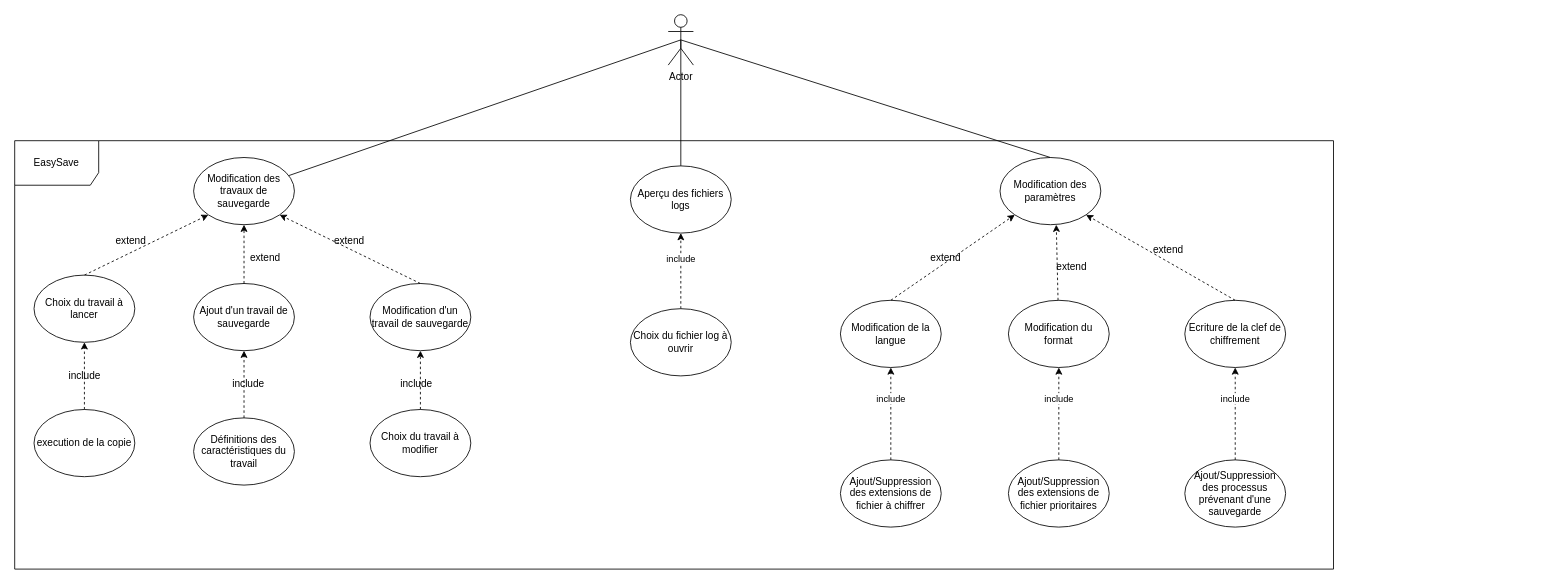
Before: Diagrammes UML/Use_Case_Diagram.drawio in AxokGit/ProgrammationSystemeG1, a draw.io diagram. Source tidied: cells renumbered, new cells numbered last; positions are measured from the earlier drawing's top-left corner, leaving out a move shared by most shapes. Both pictures are drawn from the tidied source at 84%, with x=0, y=0 at pixel (14, 14).
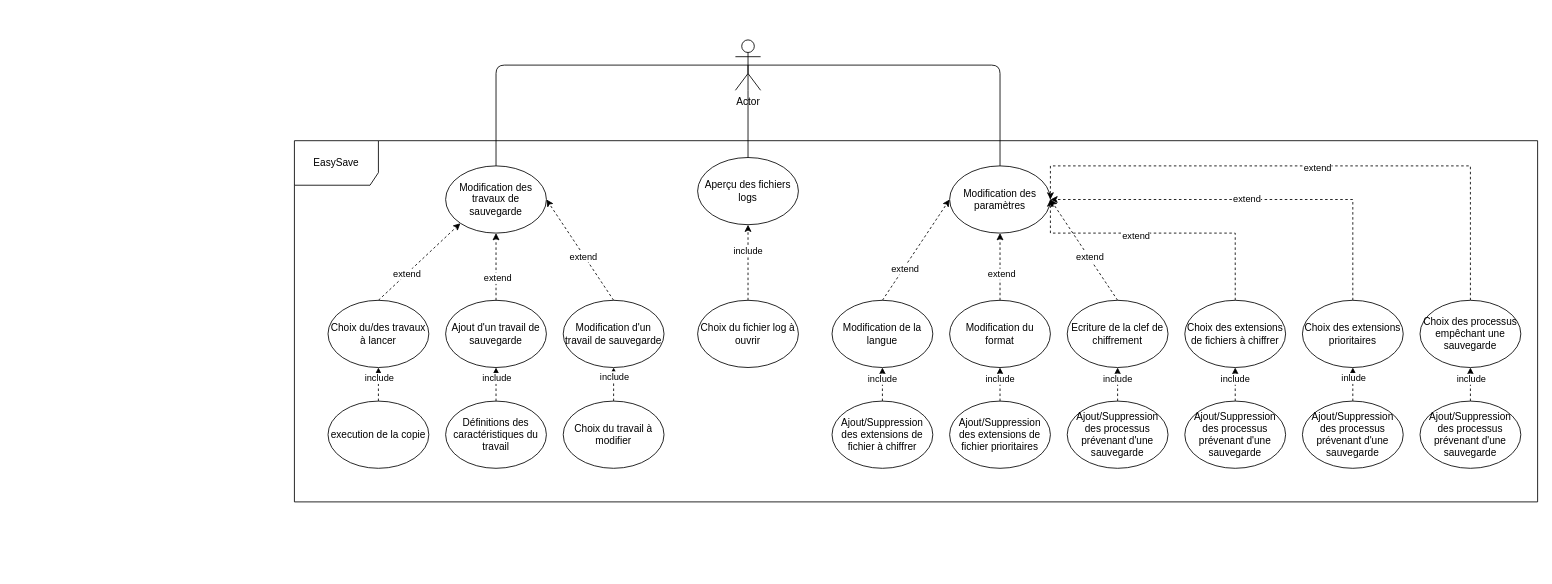
Above is the later version.

Commit message:
updating use case diagram

Unchanged cells that the change refers to:
```xml
<mxCell id="25" style="html=1;labelBackgroundColor=#ffffff;startArrow=none;startFill=0;startSize=6;endArrow=classic;endFill=1;endSize=6;jettySize=auto;strokeWidth=1;dashed=1;fontSize=14;entryX=0.5;entryY=1;entryDx=0;entryDy=0;exitX=0.5;exitY=0;exitDx=0;exitDy=0;" parent="1" edge="1" source="10" target="8">
  <mxGeometry relative="1" as="geometry" />
</mxCell>
<mxCell id="26" style="html=1;labelBackgroundColor=#ffffff;startArrow=none;startFill=0;startSize=6;endArrow=classic;endFill=1;endSize=6;jettySize=auto;strokeWidth=1;dashed=1;fontSize=14;entryX=0;entryY=1;entryDx=0;entryDy=0;exitX=0.5;exitY=0;exitDx=0;exitDy=0;" parent="1" edge="1" source="8" target="6">
  <mxGeometry relative="1" as="geometry" />
</mxCell>
<mxCell id="28" style="html=1;labelBackgroundColor=#ffffff;startArrow=none;startFill=0;startSize=6;endArrow=classic;endFill=1;endSize=6;jettySize=auto;strokeWidth=1;dashed=1;fontSize=14;entryX=0.5;entryY=1;entryDx=0;entryDy=0;exitX=0.5;exitY=0;exitDx=0;exitDy=0;" parent="1" edge="1" source="22" target="6">
  <mxGeometry relative="1" as="geometry" />
</mxCell>
<mxCell id="35" style="html=1;labelBackgroundColor=#ffffff;startArrow=none;startFill=0;startSize=6;endArrow=classic;endFill=1;endSize=6;jettySize=auto;strokeWidth=1;dashed=1;fontSize=14;entryX=0.5;entryY=1;entryDx=0;entryDy=0;exitX=0.5;exitY=0;exitDx=0;exitDy=0;" parent="1" edge="1" source="9" target="22">
  <mxGeometry relative="1" as="geometry" />
</mxCell>
<mxCell id="36" style="html=1;labelBackgroundColor=#ffffff;startArrow=none;startFill=0;startSize=6;endArrow=classic;endFill=1;endSize=6;jettySize=auto;strokeWidth=1;dashed=1;fontSize=14;entryX=0.5;entryY=1;entryDx=0;entryDy=0;" parent="1" edge="1" source="24" target="23">
  <mxGeometry relative="1" as="geometry" />
</mxCell>
```

What changed in the source:
```diff
@@
     <mxCell id="2" value="EasySave" style="shape=umlFrame;whiteSpace=wrap;html=1;width=100;height=53;" parent="1" vertex="1">
-      <mxGeometry y="150" width="1570" height="510" as="geometry" />
+      <mxGeometry x="333" y="150" width="1480" height="430" as="geometry" />
     </mxCell>
     <mxCell id="3" value="Actor" style="shape=umlActor;verticalLabelPosition=bottom;verticalAlign=top;html=1;outlineConnect=0;" parent="1" vertex="1">
-      <mxGeometry x="778" width="30" height="60" as="geometry" />
+      <mxGeometry x="858" y="30" width="30" height="60" as="geometry" />
     </mxCell>
     <mxCell id="4" value="Modification des paramètres" style="ellipse;whiteSpace=wrap;html=1;" parent="1" vertex="1">
-      <mxGeometry x="1173" y="170" width="120" height="80" as="geometry" />
+      <mxGeometry x="1113" y="180" width="120" height="80" as="geometry" />
     </mxCell>
     <mxCell id="5" style="endArrow=none;html=1;exitX=0.5;exitY=0;exitDx=0;exitDy=0;entryX=0.5;entryY=0.5;entryDx=0;entryDy=0;entryPerimeter=0;" parent="1" edge="1" source="4" target="3">
-      <mxGeometry relative="1" as="geometry" />
+      <mxGeometry relative="1" as="geometry">
+        <Array as="points">
+          <mxPoint x="1173" y="60" />
+        </Array>
+      </mxGeometry>
     </mxCell>
     <mxCell id="6" value="Modification des travaux de sauvegarde" style="ellipse;whiteSpace=wrap;html=1;" parent="1" vertex="1">
-      <mxGeometry x="213" y="170" width="120" height="80" as="geometry" />
+      <mxGeometry x="513" y="180" width="120" height="80" as="geometry" />
     </mxCell>
     <mxCell id="7" style="endArrow=none;html=1;entryX=0.5;entryY=0.5;entryDx=0;entryDy=0;entryPerimeter=0;" parent="1" edge="1" source="6" target="3">
-      <mxGeometry relative="1" as="geometry" />
+      <mxGeometry relative="1" as="geometry">
+        <Array as="points">
+          <mxPoint x="573" y="60" />
+        </Array>
+      </mxGeometry>
     </mxCell>
-    <mxCell id="8" value="Choix du travail à lancer" style="ellipse;whiteSpace=wrap;html=1;" parent="1" vertex="1">
-      <mxGeometry x="23" y="310" width="120" height="80" as="geometry" />
+    <mxCell id="8" value="Choix du/des travaux à lancer" style="ellipse;whiteSpace=wrap;html=1;" parent="1" vertex="1">
+      <mxGeometry x="373" y="340" width="120" height="80" as="geometry" />
     </mxCell>
     <mxCell id="9" value="Définitions des caractéristiques du travail" style="ellipse;whiteSpace=wrap;html=1;" parent="1" vertex="1">
-      <mxGeometry x="213" y="480" width="120" height="80" as="geometry" />
+      <mxGeometry x="513" y="460" width="120" height="80" as="geometry" />
     </mxCell>
     <mxCell id="10" value="execution de la copie" style="ellipse;whiteSpace=wrap;html=1;" parent="1" vertex="1">
-      <mxGeometry x="23" y="470" width="120" height="80" as="geometry" />
+      <mxGeometry x="373" y="460" width="120" height="80" as="geometry" />
     </mxCell>
     <mxCell id="11" value="Aperçu des fichiers logs" style="ellipse;whiteSpace=wrap;html=1;" parent="1" vertex="1">
-      <mxGeometry x="733" y="180" width="120" height="80" as="geometry" />
+      <mxGeometry x="813" y="170" width="120" height="80" as="geometry" />
     </mxCell>
     <mxCell id="12" style="endArrow=none;html=1;exitX=0.5;exitY=0;exitDx=0;exitDy=0;entryX=0.5;entryY=0.5;entryDx=0;entryDy=0;entryPerimeter=0;" parent="1" edge="1" source="11" target="3">
-      <mxGeometry relative="1" as="geometry" />
+      <mxGeometry relative="1" as="geometry">
+        <Array as="points">
+          <mxPoint x="873" y="80" />
+        </Array>
+      </mxGeometry>
     </mxCell>
@@
     <mxCell id="15" value="Choix du fichier log à ouvrir" style="ellipse;whiteSpace=wrap;html=1;" parent="1" vertex="1">
-      <mxGeometry x="733" y="350" width="120" height="80" as="geometry" />
+      <mxGeometry x="813" y="340" width="120" height="80" as="geometry" />
     </mxCell>
     <mxCell id="16" value="Modification de la langue" style="ellipse;whiteSpace=wrap;html=1;" parent="1" vertex="1">
-      <mxGeometry x="983" y="340" width="120" height="80" as="geometry" />
+      <mxGeometry x="973" y="340" width="120" height="80" as="geometry" />
     </mxCell>
     <mxCell id="17" value="Modification du format" style="ellipse;whiteSpace=wrap;html=1;" parent="1" vertex="1">
-      <mxGeometry x="1183" y="340" width="120" height="80" as="geometry" />
+      <mxGeometry x="1113" y="340" width="120" height="80" as="geometry" />
     </mxCell>
     <mxCell id="18" value="Ecriture de la clef de chiffrement" style="ellipse;whiteSpace=wrap;html=1;" parent="1" vertex="1">
-      <mxGeometry x="1393" y="340" width="120" height="80" as="geometry" />
+      <mxGeometry x="1253" y="340" width="120" height="80" as="geometry" />
     </mxCell>
     <mxCell id="19" value="Ajout/Suppression des extensions de fichier à chiffrer" style="ellipse;whiteSpace=wrap;html=1;" parent="1" vertex="1">
-      <mxGeometry x="983" y="530" width="120" height="80" as="geometry" />
+      <mxGeometry x="973" y="460" width="120" height="80" as="geometry" />
     </mxCell>
     <mxCell id="20" value="Ajout/Suppression des processus prévenant d'une sauvegarde" style="ellipse;whiteSpace=wrap;html=1;" parent="1" vertex="1">
-      <mxGeometry x="1393" y="530" width="120" height="80" as="geometry" />
+      <mxGeometry x="1253" y="460" width="120" height="80" as="geometry" />
     </mxCell>
     <mxCell id="21" value="Ajout/Suppression des extensions de fichier prioritaires" style="ellipse;whiteSpace=wrap;html=1;" parent="1" vertex="1">
-      <mxGeometry x="1183" y="530" width="120" height="80" as="geometry" />
+      <mxGeometry x="1113" y="460" width="120" height="80" as="geometry" />
     </mxCell>
     <mxCell id="22" value="Ajout d'un travail de sauvegarde" style="ellipse;whiteSpace=wrap;html=1;" parent="1" vertex="1">
-      <mxGeometry x="213" y="320" width="120" height="80" as="geometry" />
+      <mxGeometry x="513" y="340" width="120" height="80" as="geometry" />
     </mxCell>
     <mxCell id="23" value="Modification d'un travail de sauvegarde" style="ellipse;whiteSpace=wrap;html=1;" parent="1" vertex="1">
-      <mxGeometry x="423" y="320" width="120" height="80" as="geometry" />
+      <mxGeometry x="653" y="340" width="120" height="80" as="geometry" />
     </mxCell>
     <mxCell id="24" value="Choix du travail à modifier" style="ellipse;whiteSpace=wrap;html=1;" parent="1" vertex="1">
-      <mxGeometry x="423" y="470" width="120" height="80" as="geometry" />
+      <mxGeometry x="653" y="460" width="120" height="80" as="geometry" />
     </mxCell>
@@
+    <mxCell id="49" value="include" style="edgeLabel;html=1;align=center;verticalAlign=middle;" parent="25" vertex="1">
+      <mxGeometry x="0.4" relative="1" as="geometry" />
+    </mxCell>
@@
+    <mxCell id="50" value="extend" style="edgeLabel;html=1;align=center;verticalAlign=middle;" parent="26" vertex="1">
+      <mxGeometry x="-0.31" relative="1" as="geometry" />
+    </mxCell>
-    <mxCell id="27" style="html=1;labelBackgroundColor=#ffffff;startArrow=none;startFill=0;startSize=6;endArrow=classic;endFill=1;endSize=6;jettySize=auto;strokeWidth=1;dashed=1;fontSize=14;entryX=1;entryY=1;entryDx=0;entryDy=0;exitX=0.5;exitY=0;exitDx=0;exitDy=0;" parent="1" edge="1" source="23" target="6">
+    <mxCell id="27" style="html=1;labelBackgroundColor=#ffffff;startArrow=none;startFill=0;startSize=6;endArrow=classic;endFill=1;endSize=6;jettySize=auto;strokeWidth=1;dashed=1;fontSize=14;entryX=1;entryY=0.5;entryDx=0;entryDy=0;exitX=0.5;exitY=0;exitDx=0;exitDy=0;" parent="1" edge="1" source="23" target="6">
       <mxGeometry relative="1" as="geometry" />
     </mxCell>
+    <mxCell id="51" value="extend" style="edgeLabel;html=1;align=center;verticalAlign=middle;" parent="27" vertex="1">
+      <mxGeometry x="-0.11" y="1" relative="1" as="geometry" />
+    </mxCell>
@@
-    <mxCell id="29" value="extend" style="text;html=1;align=center;verticalAlign=middle;" parent="1" vertex="1">
-      <mxGeometry x="113" y="260" width="50" height="20" as="geometry" />
-    </mxCell>
-    <mxCell id="30" value="extend" style="text;html=1;align=center;verticalAlign=middle;" parent="1" vertex="1">
-      <mxGeometry x="273" y="280" width="50" height="20" as="geometry" />
-    </mxCell>
-    <mxCell id="31" value="extend" style="text;html=1;align=center;verticalAlign=middle;" parent="1" vertex="1">
-      <mxGeometry x="373" y="260" width="50" height="20" as="geometry" />
-    </mxCell>
-    <mxCell id="32" value="include" style="text;html=1;align=center;verticalAlign=middle;" parent="1" vertex="1">
-      <mxGeometry x="453" y="430" width="50" height="20" as="geometry" />
-    </mxCell>
-    <mxCell id="33" value="include" style="text;html=1;align=center;verticalAlign=middle;" parent="1" vertex="1">
-      <mxGeometry x="58" y="420" width="50" height="20" as="geometry" />
-    </mxCell>
-    <mxCell id="34" value="include" style="text;html=1;align=center;verticalAlign=middle;" parent="1" vertex="1">
-      <mxGeometry x="253" y="430" width="50" height="20" as="geometry" />
-    </mxCell>
+    <mxCell id="52" value="extend" style="edgeLabel;html=1;align=center;verticalAlign=middle;" parent="28" vertex="1">
+      <mxGeometry x="-0.32" y="-1" relative="1" as="geometry" />
+    </mxCell>
@@
+    <mxCell id="53" value="include" style="edgeLabel;html=1;align=center;verticalAlign=middle;" parent="35" vertex="1">
+      <mxGeometry x="0.39" relative="1" as="geometry" />
+    </mxCell>
@@
+    <mxCell id="54" value="include" style="edgeLabel;html=1;align=center;verticalAlign=middle;" parent="36" vertex="1">
+      <mxGeometry x="0.48" relative="1" as="geometry" />
+    </mxCell>
-    <mxCell id="37" style="html=1;labelBackgroundColor=#ffffff;startArrow=none;startFill=0;startSize=6;endArrow=classic;endFill=1;endSize=6;jettySize=auto;strokeWidth=1;dashed=1;fontSize=14;exitX=0.5;exitY=0;exitDx=0;exitDy=0;entryX=1;entryY=1;entryDx=0;entryDy=0;" parent="1" edge="1" source="18" target="4">
+    <mxCell id="37" style="html=1;labelBackgroundColor=#ffffff;startArrow=none;startFill=0;startSize=6;endArrow=classic;endFill=1;endSize=6;jettySize=auto;strokeWidth=1;dashed=1;fontSize=14;exitX=0.5;exitY=0;exitDx=0;exitDy=0;entryX=1;entryY=0.5;entryDx=0;entryDy=0;" parent="1" edge="1" source="18" target="4">
       <mxGeometry relative="1" as="geometry" />
     </mxCell>
+    <mxCell id="55" value="extend" style="edgeLabel;html=1;align=center;verticalAlign=middle;" parent="37" vertex="1">
+      <mxGeometry x="-0.16" y="-1" relative="1" as="geometry" />
+    </mxCell>
-    <mxCell id="38" style="html=1;labelBackgroundColor=#ffffff;startArrow=none;startFill=0;startSize=6;endArrow=classic;endFill=1;endSize=6;jettySize=auto;strokeWidth=1;dashed=1;fontSize=14;entryX=0.558;entryY=1;entryDx=0;entryDy=0;entryPerimeter=0;" parent="1" edge="1" source="17" target="4">
+    <mxCell id="38" style="html=1;labelBackgroundColor=#ffffff;startArrow=none;startFill=0;startSize=6;endArrow=classic;endFill=1;endSize=6;jettySize=auto;strokeWidth=1;dashed=1;fontSize=14;entryX=0.5;entryY=1;entryDx=0;entryDy=0;" parent="1" edge="1" source="17" target="4">
       <mxGeometry relative="1" as="geometry" />
     </mxCell>
+    <mxCell id="56" value="extend" style="edgeLabel;html=1;align=center;verticalAlign=middle;" parent="38" vertex="1">
+      <mxGeometry x="-0.21" y="-1" relative="1" as="geometry" />
+    </mxCell>
-    <mxCell id="39" style="html=1;labelBackgroundColor=#ffffff;startArrow=none;startFill=0;startSize=6;endArrow=classic;endFill=1;endSize=6;jettySize=auto;strokeWidth=1;dashed=1;fontSize=14;exitX=0.5;exitY=0;exitDx=0;exitDy=0;entryX=0;entryY=1;entryDx=0;entryDy=0;" parent="1" edge="1" source="16" target="4">
+    <mxCell id="39" style="html=1;labelBackgroundColor=#ffffff;startArrow=none;startFill=0;startSize=6;endArrow=classic;endFill=1;endSize=6;jettySize=auto;strokeWidth=1;dashed=1;fontSize=14;exitX=0.5;exitY=0;exitDx=0;exitDy=0;entryX=0;entryY=0.5;entryDx=0;entryDy=0;" parent="1" edge="1" source="16" target="4">
       <mxGeometry relative="1" as="geometry" />
     </mxCell>
+    <mxCell id="57" value="extend" style="edgeLabel;html=1;align=center;verticalAlign=middle;" parent="39" vertex="1">
+      <mxGeometry x="-0.36" y="-1" relative="1" as="geometry" />
+    </mxCell>
@@
-    <mxCell id="46" value="extend" style="text;html=1;align=center;verticalAlign=middle;" parent="1" vertex="1">
-      <mxGeometry x="1083" y="280" width="50" height="20" as="geometry" />
-    </mxCell>
-    <mxCell id="47" value="extend" style="text;html=1;align=center;verticalAlign=middle;" parent="1" vertex="1">
-      <mxGeometry x="1233" y="290" width="50" height="20" as="geometry" />
-    </mxCell>
-    <mxCell id="48" value="extend" style="text;html=1;align=center;verticalAlign=middle;" parent="1" vertex="1">
-      <mxGeometry x="1348" y="270" width="50" height="20" as="geometry" />
-    </mxCell>
+    <mxCell id="58" style="edgeStyle=orthogonalEdgeStyle;rounded=0;jettySize=auto;html=1;exitX=0.5;exitY=0;exitDx=0;exitDy=0;entryX=1;entryY=0.5;entryDx=0;entryDy=0;dashed=1;" parent="1" edge="1" source="60" target="4">
+      <mxGeometry relative="1" as="geometry">
+        <Array as="points">
+          <mxPoint x="1453" y="260" />
+          <mxPoint x="1233" y="260" />
+        </Array>
+      </mxGeometry>
+    </mxCell>
+    <mxCell id="59" value="extend" style="edgeLabel;html=1;align=center;verticalAlign=middle;" parent="58" vertex="1">
+      <mxGeometry x="0.17" y="2" relative="1" as="geometry" />
+    </mxCell>
+    <mxCell id="60" value="Choix des extensions de fichiers à chiffrer" style="ellipse;whiteSpace=wrap;html=1;" parent="1" vertex="1">
+      <mxGeometry x="1393" y="340" width="120" height="80" as="geometry" />
+    </mxCell>
+    <mxCell id="61" style="edgeStyle=orthogonalEdgeStyle;rounded=0;jettySize=auto;html=1;exitX=0.5;exitY=0;exitDx=0;exitDy=0;entryX=0.5;entryY=1;entryDx=0;entryDy=0;dashed=1;" parent="1" edge="1" source="63" target="60">
+      <mxGeometry relative="1" as="geometry" />
+    </mxCell>
+    <mxCell id="62" value="include" style="edgeLabel;html=1;align=center;verticalAlign=middle;" parent="61" vertex="1">
+      <mxGeometry x="0.34" y="1" relative="1" as="geometry" />
+    </mxCell>
+    <mxCell id="63" value="Ajout/Suppression des processus prévenant d'une sauvegarde" style="ellipse;whiteSpace=wrap;html=1;" parent="1" vertex="1">
+      <mxGeometry x="1393" y="460" width="120" height="80" as="geometry" />
+    </mxCell>
+    <mxCell id="64" style="edgeStyle=orthogonalEdgeStyle;rounded=0;jettySize=auto;html=1;exitX=0.5;exitY=0;exitDx=0;exitDy=0;entryX=1;entryY=0.5;entryDx=0;entryDy=0;dashed=1;" parent="1" edge="1" source="66" target="4">
+      <mxGeometry relative="1" as="geometry" />
+    </mxCell>
+    <mxCell id="65" value="extend" style="edgeLabel;html=1;align=center;verticalAlign=middle;" parent="64" vertex="1">
+      <mxGeometry x="0.03" y="-2" relative="1" as="geometry" />
+    </mxCell>
+    <mxCell id="66" value="Choix des extensions prioritaires" style="ellipse;whiteSpace=wrap;html=1;" parent="1" vertex="1">
+      <mxGeometry x="1533" y="340" width="120" height="80" as="geometry" />
+    </mxCell>
+    <mxCell id="67" style="edgeStyle=orthogonalEdgeStyle;rounded=0;jettySize=auto;html=1;exitX=0.5;exitY=0;exitDx=0;exitDy=0;entryX=0.5;entryY=1;entryDx=0;entryDy=0;dashed=1;" parent="1" edge="1" source="69" target="66">
+      <mxGeometry relative="1" as="geometry" />
+    </mxCell>
+    <mxCell id="68" value="inlude" style="edgeLabel;html=1;align=center;verticalAlign=middle;" parent="67" vertex="1">
+      <mxGeometry x="0.4" relative="1" as="geometry" />
+    </mxCell>
+    <mxCell id="69" value="Ajout/Suppression des processus prévenant d'une sauvegarde" style="ellipse;whiteSpace=wrap;html=1;" parent="1" vertex="1">
+      <mxGeometry x="1533" y="460" width="120" height="80" as="geometry" />
+    </mxCell>
+    <mxCell id="70" style="edgeStyle=orthogonalEdgeStyle;rounded=0;jettySize=auto;html=1;exitX=0.5;exitY=0;exitDx=0;exitDy=0;entryX=1;entryY=0.5;entryDx=0;entryDy=0;dashed=1;" parent="1" edge="1" source="72" target="4">
+      <mxGeometry relative="1" as="geometry">
+        <Array as="points">
+          <mxPoint x="1733" y="180" />
+          <mxPoint x="1233" y="180" />
+        </Array>
+      </mxGeometry>
+    </mxCell>
+    <mxCell id="71" value="extend" style="edgeLabel;html=1;align=center;verticalAlign=middle;" parent="70" vertex="1">
+      <mxGeometry x="-0.02" y="2" relative="1" as="geometry" />
+    </mxCell>
+    <mxCell id="72" value="Choix des processus empêchant une sauvegarde" style="ellipse;whiteSpace=wrap;html=1;" parent="1" vertex="1">
+      <mxGeometry x="1673" y="340" width="120" height="80" as="geometry" />
+    </mxCell>
+    <mxCell id="73" style="edgeStyle=orthogonalEdgeStyle;rounded=0;jettySize=auto;html=1;exitX=0.5;exitY=0;exitDx=0;exitDy=0;entryX=0.5;entryY=1;entryDx=0;entryDy=0;dashed=1;" parent="1" edge="1" source="75" target="72">
+      <mxGeometry relative="1" as="geometry" />
+    </mxCell>
+    <mxCell id="74" value="include" style="edgeLabel;html=1;align=center;verticalAlign=middle;" parent="73" vertex="1">
+      <mxGeometry x="0.37" relative="1" as="geometry" />
+    </mxCell>
+    <mxCell id="75" value="Ajout/Suppression des processus prévenant d'une sauvegarde" style="ellipse;whiteSpace=wrap;html=1;" parent="1" vertex="1">
+      <mxGeometry x="1673" y="460" width="120" height="80" as="geometry" />
+    </mxCell>
```
